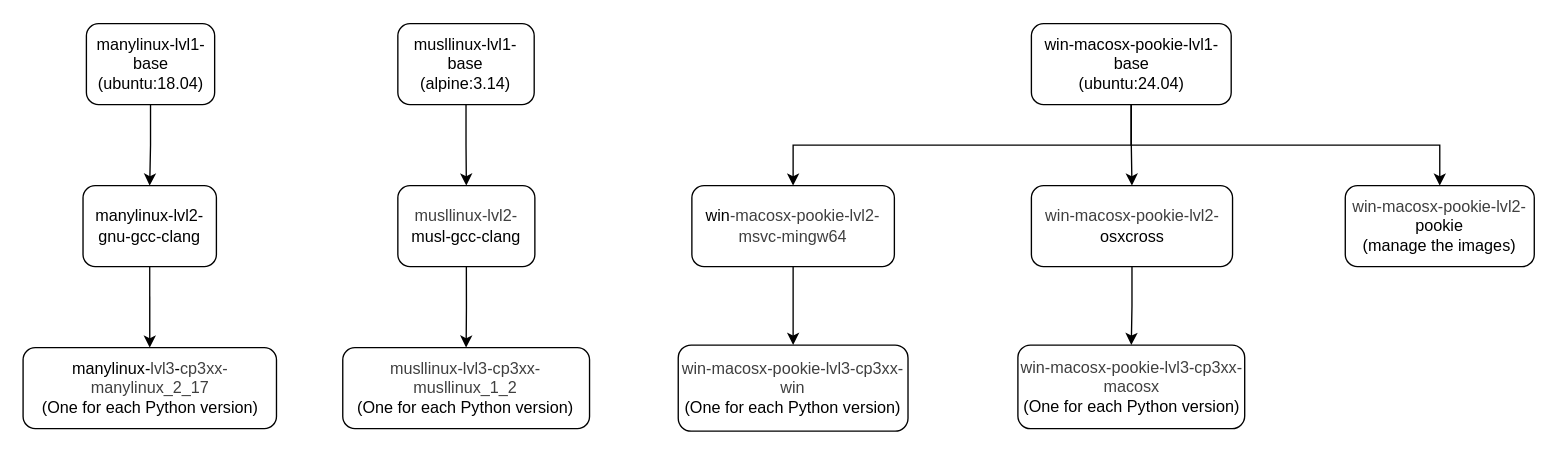
Earlier version of the draw.io diagram images/Docker_layer_graph.drawio (andreslilloortiz/pookie). Source tidied: cells renumbered, new cells numbered last; positions are measured from the earlier drawing's top-left corner, leaving out a move shared by most shapes. Both pictures are drawn from the tidied source at 135%, with x=0, y=0 at pixel (23, 23).
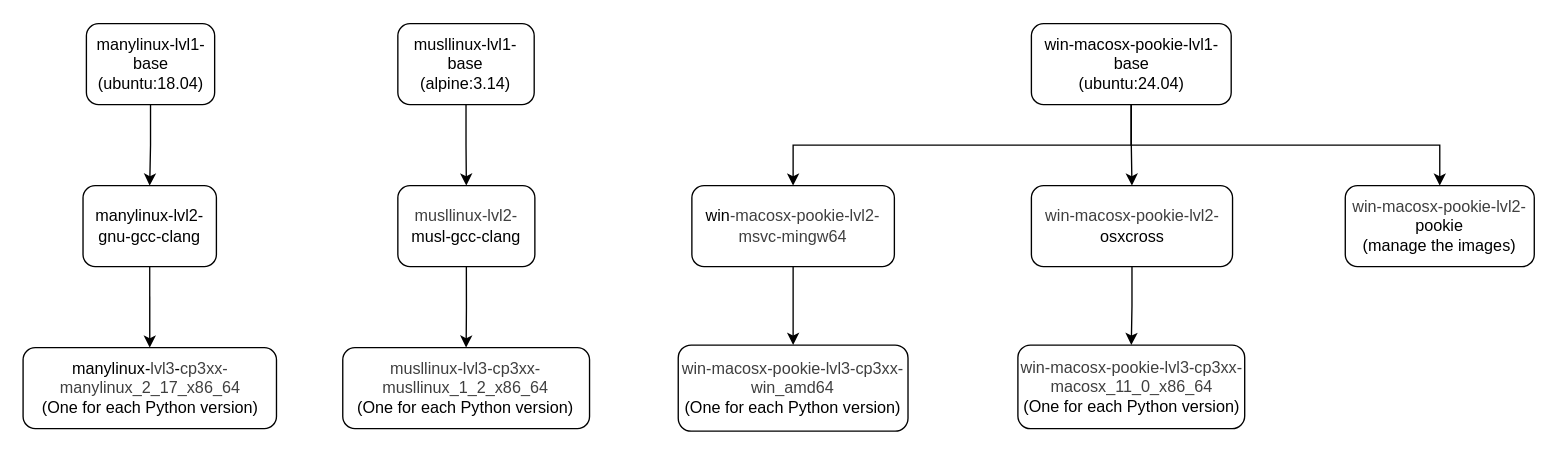
The same page after the edit.

Diff of the diagram source:
```diff
@@
-    <mxCell id="6" value="&lt;font&gt;manylinux-&lt;span style=&quot;color: rgb(63, 63, 63);&quot;&gt;lvl3&lt;/span&gt;-&lt;span style=&quot;color: rgb(63, 63, 63);&quot;&gt;cp3xx-manylinux_2_17&lt;/span&gt;&lt;br&gt;(One for each Python version)&lt;/font&gt;" style="rounded=1;whiteSpace=wrap;html=1;strokeColor=default;" parent="1" vertex="1">
+    <mxCell id="6" value="&lt;font&gt;manylinux-&lt;span style=&quot;color: rgb(63, 63, 63);&quot;&gt;lvl3&lt;/span&gt;-&lt;span style=&quot;color: rgb(63, 63, 63);&quot;&gt;cp3xx-manylinux_2_17_x86_64&lt;/span&gt;&lt;br&gt;(One for each Python version)&lt;/font&gt;" style="rounded=1;whiteSpace=wrap;html=1;strokeColor=default;" parent="1" vertex="1">
       <mxGeometry x="-0.4" y="240" width="187.7" height="60" as="geometry" />
     </mxCell>
@@
-    <mxCell id="11" value="&lt;div&gt;&lt;font&gt;&lt;span style=&quot;color: rgb(63, 63, 63); background-color: transparent;&quot;&gt;musllinux&lt;/span&gt;&lt;span style=&quot;color: rgb(63, 63, 63);&quot;&gt;-&lt;/span&gt;&lt;span style=&quot;color: rgb(63, 63, 63);&quot;&gt;lvl3&lt;/span&gt;&lt;span style=&quot;color: rgb(63, 63, 63);&quot;&gt;-&lt;/span&gt;&lt;span style=&quot;color: rgb(63, 63, 63);&quot;&gt;cp3xx-musllinux_1_2&lt;/span&gt;&lt;br&gt;(One for each Python version)&lt;/font&gt;&lt;/div&gt;" style="rounded=1;whiteSpace=wrap;html=1;" parent="1" vertex="1">
+    <mxCell id="11" value="&lt;div&gt;&lt;font&gt;&lt;span style=&quot;color: rgb(63, 63, 63); background-color: transparent;&quot;&gt;musllinux&lt;/span&gt;&lt;span style=&quot;color: rgb(63, 63, 63);&quot;&gt;-&lt;/span&gt;&lt;span style=&quot;color: rgb(63, 63, 63);&quot;&gt;lvl3&lt;/span&gt;&lt;span style=&quot;color: rgb(63, 63, 63);&quot;&gt;-&lt;/span&gt;&lt;span style=&quot;color: rgb(63, 63, 63);&quot;&gt;cp3xx-musllinux_1_2_x86_64&lt;/span&gt;&lt;br&gt;(One for each Python version)&lt;/font&gt;&lt;/div&gt;" style="rounded=1;whiteSpace=wrap;html=1;" parent="1" vertex="1">
       <mxGeometry x="236.4" y="240" width="182.8" height="60" as="geometry" />
     </mxCell>
@@
-    <mxCell id="19" value="&lt;div&gt;&lt;font&gt;&lt;span style=&quot;background-color: transparent; color: rgb(63, 63, 63);&quot;&gt;win-macosx-pookie&lt;/span&gt;&lt;span style=&quot;color: rgb(63, 63, 63);&quot;&gt;-&lt;/span&gt;&lt;span style=&quot;color: rgb(63, 63, 63);&quot;&gt;lvl3&lt;/span&gt;&lt;span style=&quot;color: rgb(63, 63, 63);&quot;&gt;-&lt;/span&gt;&lt;span style=&quot;color: rgb(63, 63, 63);&quot;&gt;cp3xx-win&lt;/span&gt;&lt;br&gt;(One for each Python version)&lt;/font&gt;&lt;/div&gt;" style="rounded=1;whiteSpace=wrap;html=1;" parent="1" vertex="1">
+    <mxCell id="19" value="&lt;div&gt;&lt;font&gt;&lt;span style=&quot;background-color: transparent; color: rgb(63, 63, 63);&quot;&gt;win-macosx-pookie&lt;/span&gt;&lt;span style=&quot;color: rgb(63, 63, 63);&quot;&gt;-&lt;/span&gt;&lt;span style=&quot;color: rgb(63, 63, 63);&quot;&gt;lvl3&lt;/span&gt;&lt;span style=&quot;color: rgb(63, 63, 63);&quot;&gt;-&lt;/span&gt;&lt;span style=&quot;color: rgb(63, 63, 63);&quot;&gt;cp3xx-win_amd64&lt;/span&gt;&lt;br&gt;(One for each Python version)&lt;/font&gt;&lt;/div&gt;" style="rounded=1;whiteSpace=wrap;html=1;" parent="1" vertex="1">
       <mxGeometry x="484.9" y="238.1" width="170.2" height="63.8" as="geometry" />
     </mxCell>
@@
-    <mxCell id="22" value="&lt;font&gt;&lt;span style=&quot;color: rgb(63, 63, 63);&quot;&gt;&lt;span style=&quot;color: rgb(63, 63, 63);&quot;&gt;win-macosx-pookie&lt;/span&gt;-&lt;/span&gt;&lt;span style=&quot;color: rgb(63, 63, 63);&quot;&gt;lvl3&lt;/span&gt;&lt;span style=&quot;color: rgb(63, 63, 63);&quot;&gt;-&lt;/span&gt;&lt;span style=&quot;color: rgb(63, 63, 63);&quot;&gt;cp3xx-macosx&lt;/span&gt;&lt;br&gt;(One for each Python version)&lt;/font&gt;" style="rounded=1;whiteSpace=wrap;html=1;" parent="1" vertex="1">
+    <mxCell id="22" value="&lt;font&gt;&lt;span style=&quot;color: rgb(63, 63, 63);&quot;&gt;&lt;span style=&quot;color: rgb(63, 63, 63);&quot;&gt;win-macosx-pookie&lt;/span&gt;-&lt;/span&gt;&lt;span style=&quot;color: rgb(63, 63, 63);&quot;&gt;lvl3&lt;/span&gt;&lt;span style=&quot;color: rgb(63, 63, 63);&quot;&gt;-&lt;/span&gt;&lt;span style=&quot;color: rgb(63, 63, 63);&quot;&gt;cp3xx-macosx_11_0_x86_64&lt;/span&gt;&lt;br&gt;(One for each Python version)&lt;/font&gt;" style="rounded=1;whiteSpace=wrap;html=1;" parent="1" vertex="1">
       <mxGeometry x="736.5" y="238.1" width="168" height="61.9" as="geometry" />
     </mxCell>
```
